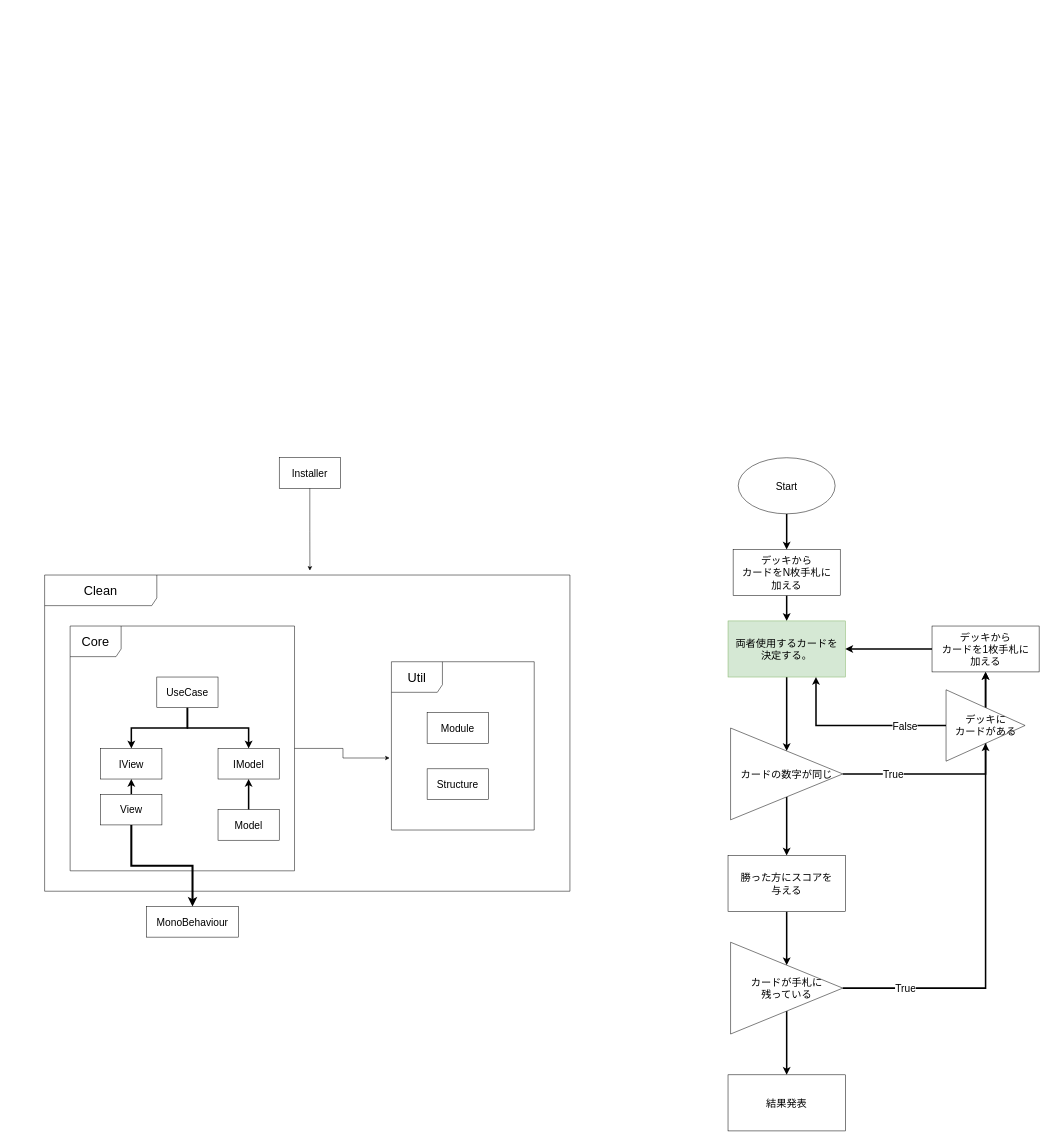
Earlier version of the draw.io diagram 2025winterGamejam/Docs/ClassDependency.drawio (ShotaKasuya/Team12025WinterGameJam). Source tidied: cells renumbered, new cells numbered last; positions are measured from the earlier drawing's top-left corner, leaving out a move shared by most shapes. Both pictures are drawn from the tidied source at 51%, with x=0, y=0 at pixel (44, 457).
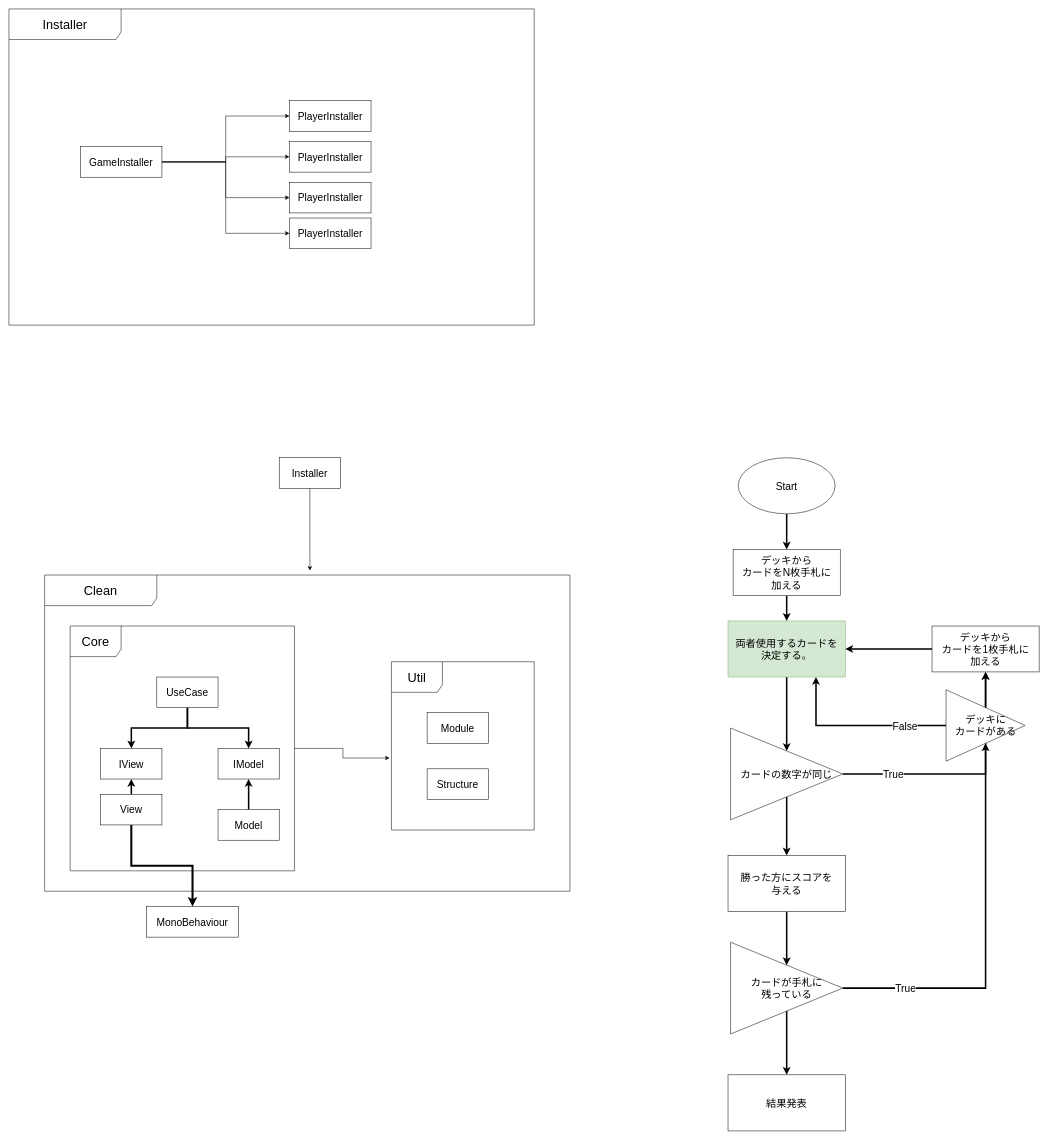
The same page after the edit.

What changed in the source:
```diff
@@
+    <mxCell id="44" value="Installer" style="shape=umlFrame;whiteSpace=wrap;html=1;width=220;height=60;fontSize=25;" parent="1" vertex="1">
+      <mxGeometry x="-70" y="-880" width="1030" height="620" as="geometry" />
+    </mxCell>
+    <mxCell id="45" style="edgeStyle=orthogonalEdgeStyle;rounded=0;jettySize=auto;html=1;entryX=0;entryY=0.5;entryDx=0;entryDy=0;" parent="1" edge="1" source="49" target="50">
+      <mxGeometry relative="1" as="geometry" />
+    </mxCell>
+    <mxCell id="46" style="edgeStyle=orthogonalEdgeStyle;rounded=0;jettySize=auto;html=1;entryX=0;entryY=0.5;entryDx=0;entryDy=0;" parent="1" edge="1" source="49" target="51">
+      <mxGeometry relative="1" as="geometry" />
+    </mxCell>
+    <mxCell id="47" style="edgeStyle=orthogonalEdgeStyle;rounded=0;jettySize=auto;html=1;entryX=0;entryY=0.5;entryDx=0;entryDy=0;" parent="1" edge="1" source="49" target="52">
+      <mxGeometry relative="1" as="geometry" />
+    </mxCell>
+    <mxCell id="48" style="edgeStyle=orthogonalEdgeStyle;rounded=0;jettySize=auto;html=1;entryX=0;entryY=0.5;entryDx=0;entryDy=0;" parent="1" edge="1" source="49" target="53">
+      <mxGeometry relative="1" as="geometry" />
+    </mxCell>
+    <mxCell id="49" value="GameInstaller" style="rounded=0;whiteSpace=wrap;html=1;fontSize=20;" parent="1" vertex="1">
+      <mxGeometry x="70" y="-610" width="160" height="60" as="geometry" />
+    </mxCell>
+    <mxCell id="50" value="PlayerInstaller" style="rounded=0;whiteSpace=wrap;html=1;fontSize=20;" parent="1" vertex="1">
+      <mxGeometry x="480" y="-700" width="160" height="60" as="geometry" />
+    </mxCell>
+    <mxCell id="51" value="PlayerInstaller" style="rounded=0;whiteSpace=wrap;html=1;fontSize=20;" parent="1" vertex="1">
+      <mxGeometry x="480" y="-620" width="160" height="60" as="geometry" />
+    </mxCell>
+    <mxCell id="52" value="PlayerInstaller" style="rounded=0;whiteSpace=wrap;html=1;fontSize=20;" parent="1" vertex="1">
+      <mxGeometry x="480" y="-540" width="160" height="60" as="geometry" />
+    </mxCell>
+    <mxCell id="53" value="PlayerInstaller" style="rounded=0;whiteSpace=wrap;html=1;fontSize=20;" parent="1" vertex="1">
+      <mxGeometry x="480" y="-470" width="160" height="60" as="geometry" />
+    </mxCell>
```
